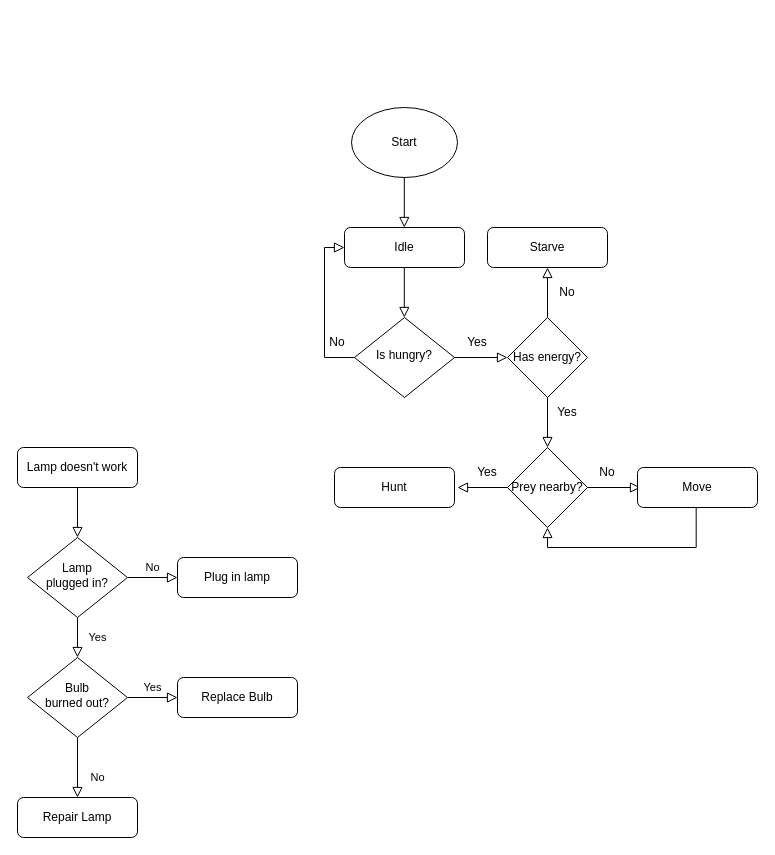
Earlier version of the draw.io diagram exercise_8.drawio (HenryVag/draw.io). Source tidied: cells renumbered, new cells numbered last; positions are measured from the earlier drawing's top-left corner, leaving out a move shared by most shapes. Both pictures are drawn from the tidied source at 100%, with x=0, y=0 at pixel (17, 107).
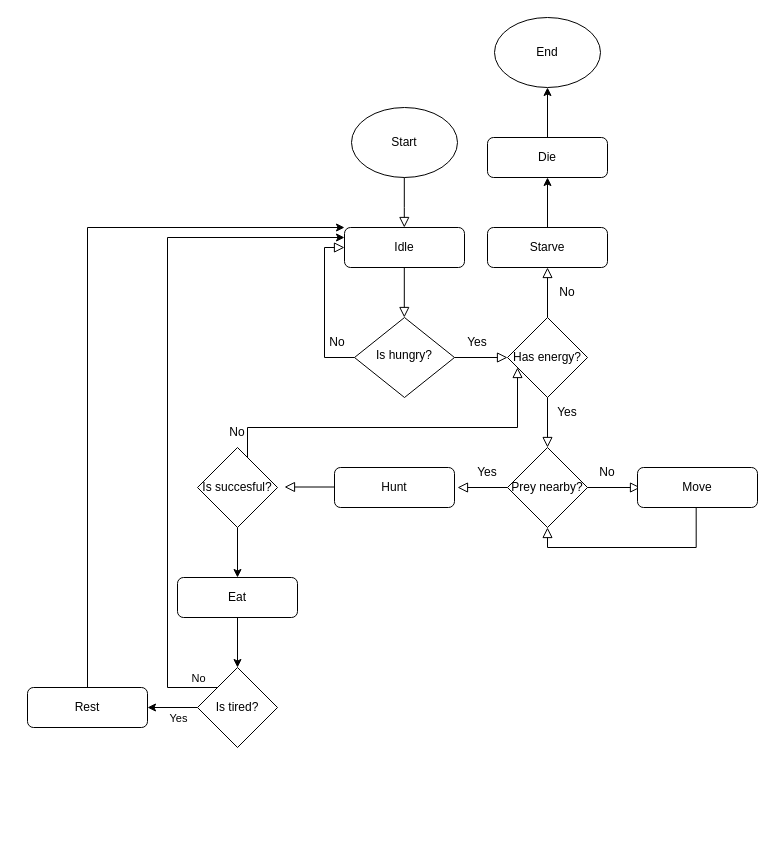
After the change.

Unchanged cells that the change refers to:
```xml
<mxCell id="15" value="Idle" style="rounded=1;whiteSpace=wrap;html=1;fontSize=12;glass=0;strokeWidth=1;shadow=0;" parent="1" vertex="1">
  <mxGeometry x="327" y="120" width="120" height="40" as="geometry" />
</mxCell>
<mxCell id="24" value="Starve" style="rounded=1;whiteSpace=wrap;html=1;fontSize=12;glass=0;strokeWidth=1;shadow=0;" parent="1" vertex="1">
  <mxGeometry x="470" y="120" width="120" height="40" as="geometry" />
</mxCell>
```

Diff of the diagram source:
```diff
@@
-    <mxCell id="2" style="rounded=0;html=1;jettySize=auto;fontSize=11;endArrow=block;endFill=0;endSize=8;strokeWidth=1;shadow=0;labelBackgroundColor=none;edgeStyle=orthogonalEdgeStyle;" parent="1" edge="1" source="3" target="6">
-      <mxGeometry relative="1" as="geometry" />
-    </mxCell>
-    <mxCell id="3" value="Lamp doesn't work" style="rounded=1;whiteSpace=wrap;html=1;fontSize=12;glass=0;strokeWidth=1;shadow=0;" parent="1" vertex="1">
-      <mxGeometry y="340" width="120" height="40" as="geometry" />
-    </mxCell>
-    <mxCell id="4" value="Yes" style="rounded=0;html=1;jettySize=auto;fontSize=11;endArrow=block;endFill=0;endSize=8;strokeWidth=1;shadow=0;labelBackgroundColor=none;edgeStyle=orthogonalEdgeStyle;" parent="1" edge="1" source="6" target="10">
-      <mxGeometry y="20" relative="1" as="geometry" />
-    </mxCell>
-    <mxCell id="5" value="No" style="edgeStyle=orthogonalEdgeStyle;rounded=0;html=1;jettySize=auto;fontSize=11;endArrow=block;endFill=0;endSize=8;strokeWidth=1;shadow=0;labelBackgroundColor=none;" parent="1" edge="1" source="6" target="7">
-      <mxGeometry y="10" relative="1" as="geometry" />
-    </mxCell>
-    <mxCell id="6" value="Lamp&lt;br&gt;plugged in?" style="rhombus;whiteSpace=wrap;html=1;shadow=0;fontFamily=Helvetica;fontSize=12;align=center;strokeWidth=1;spacing=6;spacingTop=-4;" parent="1" vertex="1">
-      <mxGeometry x="10" y="430" width="100" height="80" as="geometry" />
-    </mxCell>
-    <mxCell id="7" value="Plug in lamp" style="rounded=1;whiteSpace=wrap;html=1;fontSize=12;glass=0;strokeWidth=1;shadow=0;" parent="1" vertex="1">
-      <mxGeometry x="160" y="450" width="120" height="40" as="geometry" />
-    </mxCell>
-    <mxCell id="8" value="No" style="rounded=0;html=1;jettySize=auto;fontSize=11;endArrow=block;endFill=0;endSize=8;strokeWidth=1;shadow=0;labelBackgroundColor=none;edgeStyle=orthogonalEdgeStyle;" parent="1" edge="1" source="10" target="11">
-      <mxGeometry x="0.33" y="20" relative="1" as="geometry" />
-    </mxCell>
-    <mxCell id="9" value="Yes" style="edgeStyle=orthogonalEdgeStyle;rounded=0;html=1;jettySize=auto;fontSize=11;endArrow=block;endFill=0;endSize=8;strokeWidth=1;shadow=0;labelBackgroundColor=none;" parent="1" edge="1" source="10" target="12">
-      <mxGeometry y="10" relative="1" as="geometry" />
-    </mxCell>
-    <mxCell id="10" value="Bulb&lt;br&gt;burned out?" style="rhombus;whiteSpace=wrap;html=1;shadow=0;fontFamily=Helvetica;fontSize=12;align=center;strokeWidth=1;spacing=6;spacingTop=-4;" parent="1" vertex="1">
-      <mxGeometry x="10" y="550" width="100" height="80" as="geometry" />
-    </mxCell>
-    <mxCell id="11" value="Repair Lamp" style="rounded=1;whiteSpace=wrap;html=1;fontSize=12;glass=0;strokeWidth=1;shadow=0;" parent="1" vertex="1">
-      <mxGeometry y="690" width="120" height="40" as="geometry" />
-    </mxCell>
-    <mxCell id="12" value="Replace Bulb" style="rounded=1;whiteSpace=wrap;html=1;fontSize=12;glass=0;strokeWidth=1;shadow=0;" parent="1" vertex="1">
-      <mxGeometry x="160" y="570" width="120" height="40" as="geometry" />
-    </mxCell>
@@
     <mxCell id="17" style="rounded=0;html=1;jettySize=auto;orthogonalLoop=1;fontSize=11;endArrow=block;endFill=0;endSize=8;strokeWidth=1;shadow=0;labelBackgroundColor=none;edgeStyle=orthogonalEdgeStyle;" parent="1" edge="1">
       <mxGeometry relative="1" as="geometry">
         <mxPoint x="386.8" y="70" as="sourcePoint" />
         <mxPoint x="386.8" y="120" as="targetPoint" />
+        <Array as="points">
+          <mxPoint x="387" y="100" />
+          <mxPoint x="387" y="100" />
+        </Array>
       </mxGeometry>
     </mxCell>
@@
+    <mxCell id="37" style="edgeStyle=orthogonalEdgeStyle;rounded=0;jettySize=auto;html=1;exitX=0.5;exitY=0;exitDx=0;exitDy=0;entryX=0.5;entryY=1;entryDx=0;entryDy=0;" parent="1" edge="1" source="24" target="53">
+      <mxGeometry relative="1" as="geometry" />
+    </mxCell>
@@
+    <mxCell id="38" style="edgeStyle=orthogonalEdgeStyle;rounded=0;jettySize=auto;html=1;exitX=0.5;exitY=1;exitDx=0;exitDy=0;entryX=0.5;entryY=0;entryDx=0;entryDy=0;" parent="1" edge="1" source="39" target="47">
+      <mxGeometry relative="1" as="geometry" />
+    </mxCell>
+    <mxCell id="39" value="Is succesful?" style="rhombus;whiteSpace=wrap;html=1;" parent="1" vertex="1">
+      <mxGeometry x="180" y="340" width="80" height="80" as="geometry" />
+    </mxCell>
+    <mxCell id="40" style="rounded=0;html=1;jettySize=auto;orthogonalLoop=1;fontSize=11;endArrow=block;endFill=0;endSize=8;strokeWidth=1;shadow=0;labelBackgroundColor=none;edgeStyle=orthogonalEdgeStyle;exitX=0;exitY=0.5;exitDx=0;exitDy=0;" parent="1" edge="1">
+      <mxGeometry relative="1" as="geometry">
+        <mxPoint x="317" y="379.5" as="sourcePoint" />
+        <mxPoint x="267" y="379.5" as="targetPoint" />
+      </mxGeometry>
+    </mxCell>
+    <mxCell id="41" style="rounded=0;html=1;jettySize=auto;orthogonalLoop=1;fontSize=11;endArrow=block;endFill=0;endSize=8;strokeWidth=1;shadow=0;labelBackgroundColor=none;edgeStyle=orthogonalEdgeStyle;entryX=0;entryY=1;entryDx=0;entryDy=0;exitX=1;exitY=0;exitDx=0;exitDy=0;" parent="1" edge="1">
+      <mxGeometry relative="1" as="geometry">
+        <mxPoint x="230" y="350" as="sourcePoint" />
+        <mxPoint x="500" y="260" as="targetPoint" />
+        <Array as="points">
+          <mxPoint x="230" y="320" />
+          <mxPoint x="500" y="320" />
+        </Array>
+      </mxGeometry>
+    </mxCell>
+    <mxCell id="42" value="No" style="text;html=1;align=center;verticalAlign=middle;whiteSpace=wrap;rounded=0;" parent="1" vertex="1">
+      <mxGeometry x="190" y="310" width="60" height="30" as="geometry" />
+    </mxCell>
+    <mxCell id="43" value="End" style="ellipse;whiteSpace=wrap;html=1;" parent="1" vertex="1">
+      <mxGeometry x="477" y="-90" width="106" height="70" as="geometry" />
+    </mxCell>
+    <mxCell id="44" style="edgeStyle=orthogonalEdgeStyle;rounded=0;jettySize=auto;html=1;exitX=0.5;exitY=0;exitDx=0;exitDy=0;entryX=0;entryY=0;entryDx=0;entryDy=0;" parent="1" edge="1" source="45" target="15">
+      <mxGeometry relative="1" as="geometry">
+        <Array as="points">
+          <mxPoint x="70" y="120" />
+        </Array>
+      </mxGeometry>
+    </mxCell>
+    <mxCell id="45" value="Rest" style="rounded=1;whiteSpace=wrap;html=1;fontSize=12;glass=0;strokeWidth=1;shadow=0;" parent="1" vertex="1">
+      <mxGeometry x="10" y="580" width="120" height="40" as="geometry" />
+    </mxCell>
+    <mxCell id="46" style="edgeStyle=orthogonalEdgeStyle;rounded=0;jettySize=auto;html=1;exitX=0.5;exitY=1;exitDx=0;exitDy=0;entryX=0.5;entryY=0;entryDx=0;entryDy=0;" parent="1" edge="1" source="47" target="52">
+      <mxGeometry relative="1" as="geometry" />
+    </mxCell>
+    <mxCell id="47" value="Eat" style="rounded=1;whiteSpace=wrap;html=1;fontSize=12;glass=0;strokeWidth=1;shadow=0;" parent="1" vertex="1">
+      <mxGeometry x="160" y="470" width="120" height="40" as="geometry" />
+    </mxCell>
+    <mxCell id="48" style="edgeStyle=orthogonalEdgeStyle;rounded=0;jettySize=auto;html=1;exitX=0;exitY=0.5;exitDx=0;exitDy=0;entryX=1;entryY=0.5;entryDx=0;entryDy=0;" parent="1" edge="1" source="52" target="45">
+      <mxGeometry relative="1" as="geometry" />
+    </mxCell>
+    <mxCell id="49" value="Yes" style="edgeLabel;html=1;align=center;verticalAlign=middle;" parent="48" vertex="1">
+      <mxGeometry x="-0.05" y="2" relative="1" as="geometry">
+        <mxPoint x="4" y="8" as="offset" />
+      </mxGeometry>
+    </mxCell>
+    <mxCell id="50" style="edgeStyle=orthogonalEdgeStyle;rounded=0;jettySize=auto;html=1;exitX=0;exitY=0;exitDx=0;exitDy=0;entryX=0;entryY=0.25;entryDx=0;entryDy=0;" parent="1" edge="1" source="52" target="15">
+      <mxGeometry relative="1" as="geometry">
+        <Array as="points">
+          <mxPoint x="150" y="580" />
+          <mxPoint x="150" y="130" />
+        </Array>
+      </mxGeometry>
+    </mxCell>
+    <mxCell id="51" value="No" style="edgeLabel;html=1;align=center;verticalAlign=middle;" parent="50" vertex="1">
+      <mxGeometry x="-0.91" y="-2" relative="1" as="geometry">
+        <mxPoint x="10" y="-8" as="offset" />
+      </mxGeometry>
+    </mxCell>
+    <mxCell id="52" value="Is tired?" style="rhombus;whiteSpace=wrap;html=1;" parent="1" vertex="1">
+      <mxGeometry x="180" y="560" width="80" height="80" as="geometry" />
+    </mxCell>
+    <mxCell id="53" value="Die" style="rounded=1;whiteSpace=wrap;html=1;fontSize=12;glass=0;strokeWidth=1;shadow=0;" parent="1" vertex="1">
+      <mxGeometry x="470" y="30" width="120" height="40" as="geometry" />
+    </mxCell>
+    <mxCell id="54" style="edgeStyle=orthogonalEdgeStyle;rounded=0;jettySize=auto;html=1;exitX=0.5;exitY=0;exitDx=0;exitDy=0;entryX=0.5;entryY=1;entryDx=0;entryDy=0;" parent="1" edge="1" source="53" target="43">
+      <mxGeometry relative="1" as="geometry" />
+    </mxCell>
```
